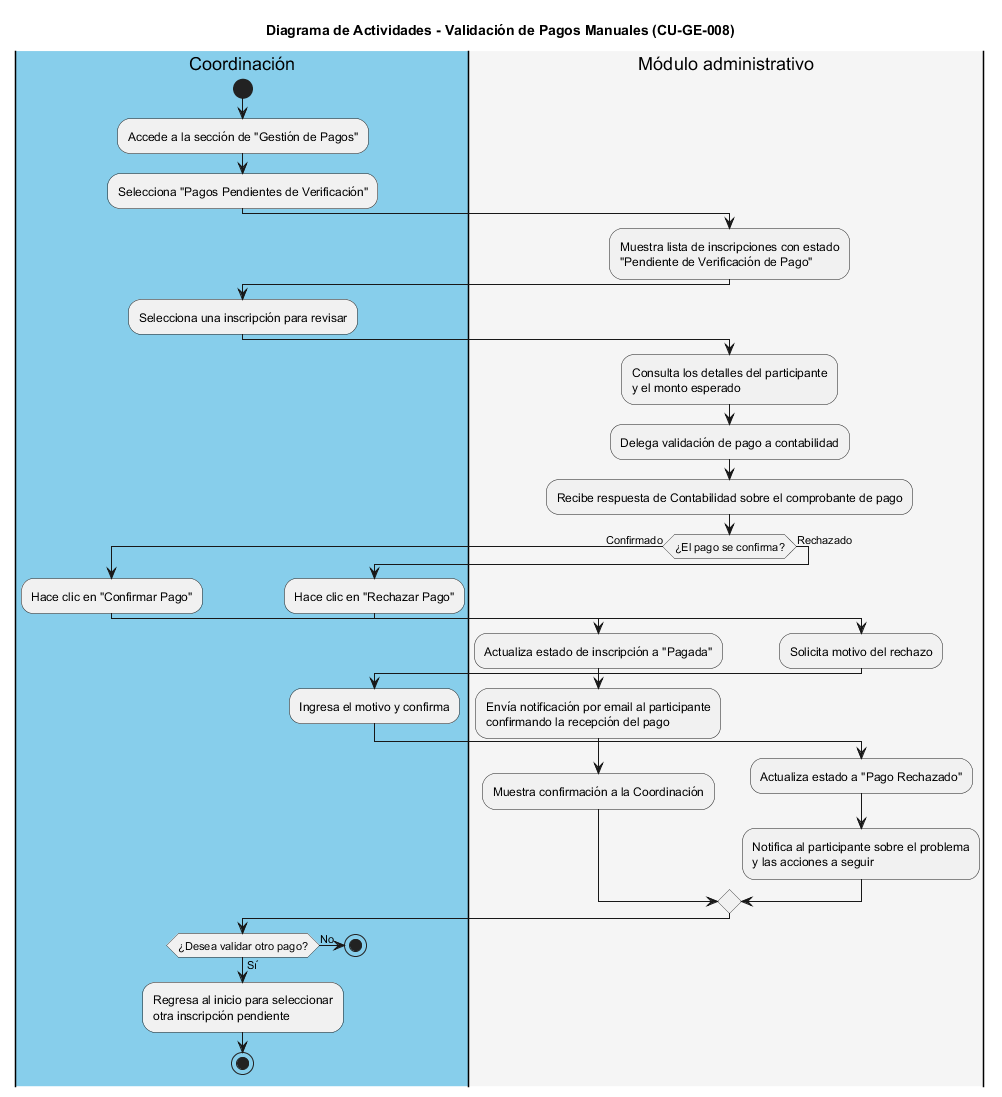
Before: img/CU-GE-008_Validacion_Pagos.png, a diagram exported from PlantUML (iKinoo/baby-salesforce-admin-module).
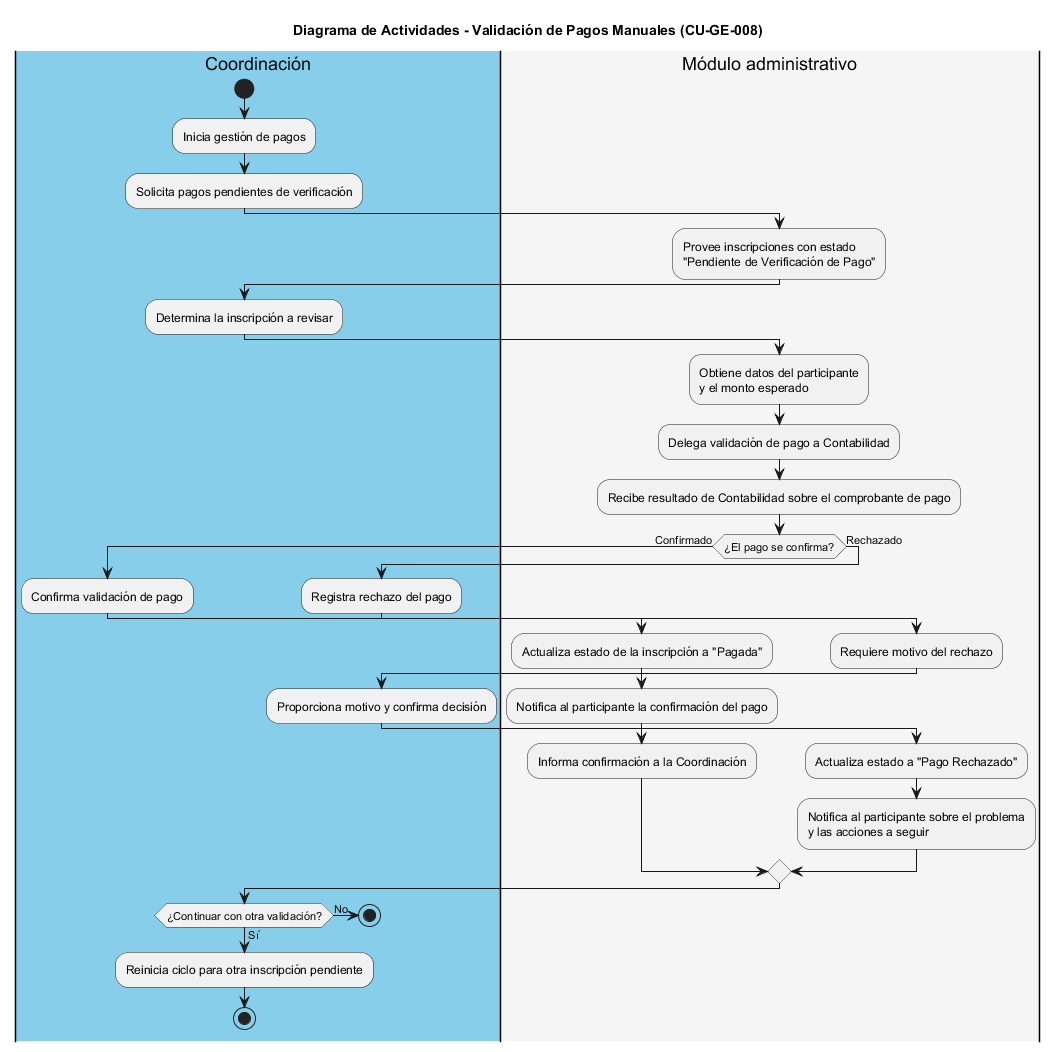
Above is the later version.

What changed in the source:
```diff
@@ -1,39 +1,38 @@
-@startuml
+@startuml CU-GE-008_Validacion_Pagos
 title Diagrama de Actividades - Validación de Pagos Manuales (CU-GE-008)
 
 |#skyblue|Coordinación|
 start
-:Accede a la sección de "Gestión de Pagos";
-:Selecciona "Pagos Pendientes de Verificación";
+:Inicia gestión de pagos;
+:Solicita pagos pendientes de verificación;
 
 |#whitesmoke|Módulo administrativo|
-:Muestra lista de inscripciones con estado
+:Provee inscripciones con estado
 "Pendiente de Verificación de Pago";
 
 |#skyblue|Coordinación|
-:Selecciona una inscripción para revisar;
+:Determina la inscripción a revisar;
 
 |#whitesmoke|Módulo administrativo|
-:Consulta los detalles del participante
+:Obtiene datos del participante
 y el monto esperado;
-:Delega validación de pago a contabilidad;
-:Recibe respuesta de Contabilidad sobre el comprobante de pago;
+:Delega validación de pago a Contabilidad;
+:Recibe resultado de Contabilidad sobre el comprobante de pago;
 
 if (¿El pago se confirma?) then (Confirmado)
   |#skyblue|Coordinación|
-  :Hace clic en "Confirmar Pago";
+  :Confirma validación de pago;
   |#whitesmoke|Módulo administrativo|
-  :Actualiza estado de inscripción a "Pagada";
-  :Envía notificación por email al participante
-  confirmando la recepción del pago;
-  :Muestra confirmación a la Coordinación;
+  :Actualiza estado de la inscripción a "Pagada";
+  :Notifica al participante la confirmación del pago;
+  :Informa confirmación a la Coordinación;
 else (Rechazado)
   |#skyblue|Coordinación|
-  :Hace clic en "Rechazar Pago";
+  :Registra rechazo del pago;
   |#whitesmoke|Módulo administrativo|
-  :Solicita motivo del rechazo;
+  :Requiere motivo del rechazo;
   |#skyblue|Coordinación|
-  :Ingresa el motivo y confirma;
+  :Proporciona motivo y confirma decisión;
   |#whitesmoke|Módulo administrativo|
   :Actualiza estado a "Pago Rechazado";
   :Notifica al participante sobre el problema
@@ -41,9 +40,8 @@
 endif
 
 |#skyblue|Coordinación|
-if (¿Desea validar otro pago?) then (Sí)
-  :Regresa al inicio para seleccionar
-  otra inscripción pendiente;
+if (¿Continuar con otra validación?) then (Sí)
+  :Reinicia ciclo para otra inscripción pendiente;
   stop
 else (No)
   stop
```
